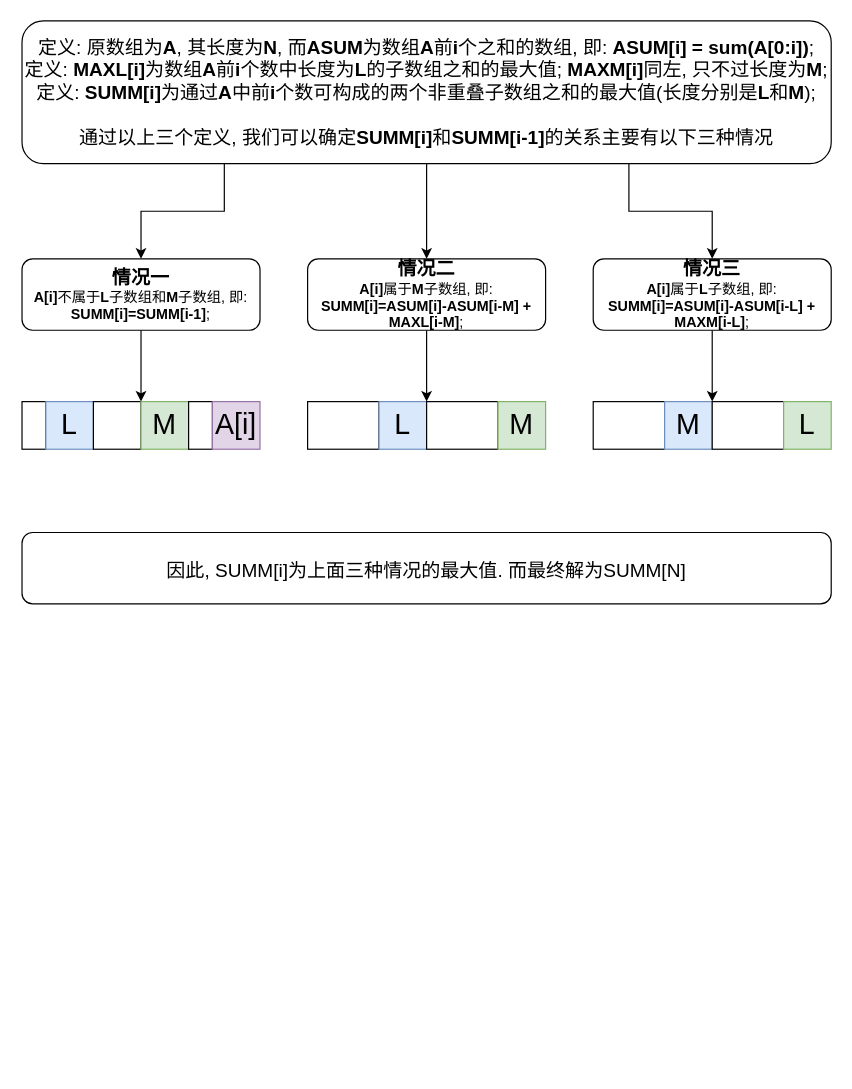
winnochan/oj keeps this draw.io diagram as leetcode/001001_001100/001031_maximum_sum_of_two_non_overlapping_subarrays/maximum_sum_of_two_non_overlapping_subarrays.drawio. Above is the earlier version. Source tidied: cells renumbered, new cells numbered last; positions are measured from the earlier drawing's top-left corner, leaving out a move shared by most shapes. Both pictures are drawn from the tidied source at 119%, with x=0, y=0 at pixel (21, 20).
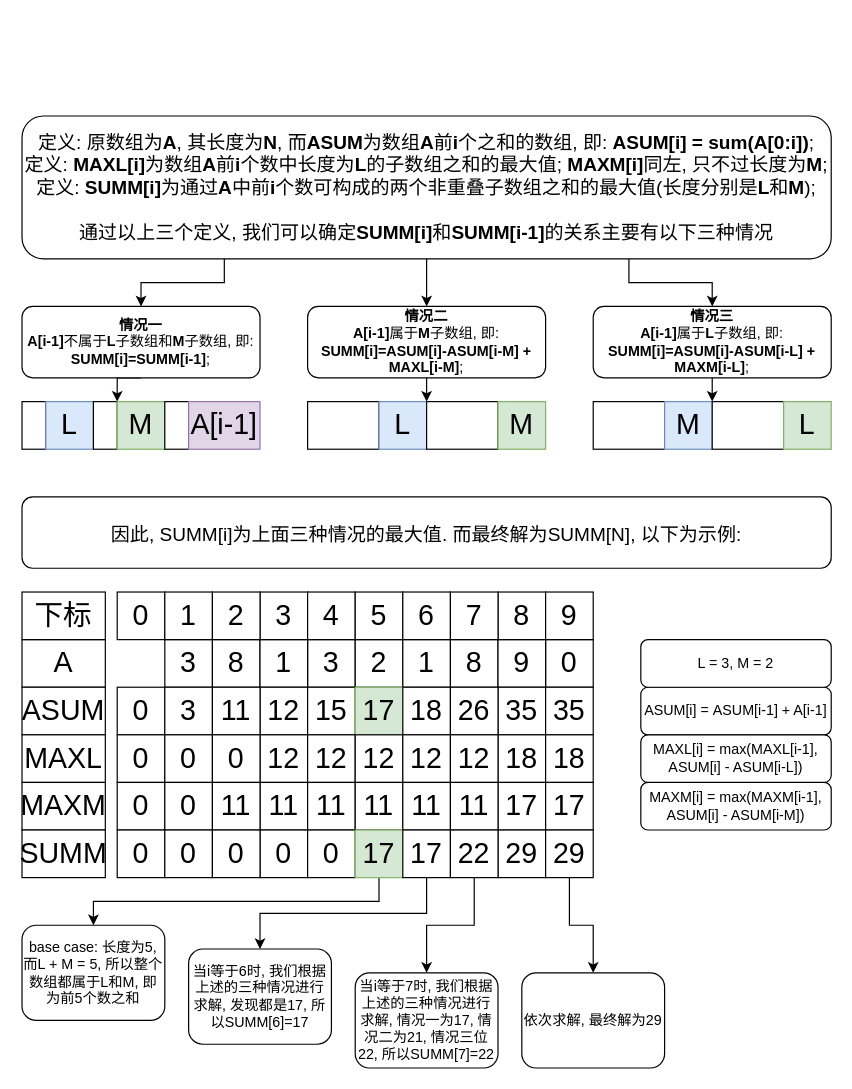
The same diagram, later.

What changed in the source:
```diff
@@
     <mxCell id="5" value="定义: 原数组为&lt;b&gt;A&lt;/b&gt;, 其长度为&lt;b&gt;N&lt;/b&gt;, 而&lt;b&gt;ASUM&lt;/b&gt;为数组&lt;b&gt;A&lt;/b&gt;前&lt;b&gt;i&lt;/b&gt;个之和的数组, 即: &lt;b&gt;ASUM[i] = sum(A[0:i])&lt;/b&gt;;&lt;br&gt;定义: &lt;b&gt;MAXL[i]&lt;/b&gt;为数组&lt;b&gt;A&lt;/b&gt;前&lt;b&gt;i&lt;/b&gt;个数中长度为&lt;b&gt;L&lt;/b&gt;的子数组之和的最大值;&amp;nbsp;&lt;b&gt;MAXM[i]&lt;/b&gt;同左, 只不过长度为&lt;b&gt;M&lt;/b&gt;;&lt;br&gt;定义: &lt;b&gt;SUMM[i]&lt;/b&gt;为通过&lt;b&gt;A&lt;/b&gt;中前&lt;b&gt;i&lt;/b&gt;个数可构成的两个非重叠子数组之和的最大值(长度分别是&lt;b&gt;L&lt;/b&gt;和&lt;b&gt;M&lt;/b&gt;);&lt;br&gt;&lt;br&gt;通过以上三个定义, 我们可以确定&lt;b&gt;SUMM[i]&lt;/b&gt;和&lt;b&gt;SUMM[i-1]&lt;/b&gt;的关系主要有以下三种情况&lt;br&gt;" style="rounded=1;whiteSpace=wrap;html=1;fontSize=16;" parent="1" vertex="1">
-      <mxGeometry width="680" height="120" as="geometry" />
+      <mxGeometry y="80" width="680" height="120" as="geometry" />
     </mxCell>
@@
-    <mxCell id="7" value="&lt;b&gt;&lt;font style=&quot;font-size: 16px&quot;&gt;情况一&lt;/font&gt;&lt;/b&gt;&lt;br&gt;&lt;b&gt;A[i]&lt;/b&gt;不属于&lt;b&gt;L&lt;/b&gt;子数组和&lt;b&gt;M&lt;/b&gt;子数组, 即: &lt;b&gt;SUMM[i]=SUMM[i-1]&lt;/b&gt;;" style="rounded=1;whiteSpace=wrap;html=1;" parent="1" vertex="1">
-      <mxGeometry y="200" width="200" height="60" as="geometry" />
+    <mxCell id="7" value="&lt;b&gt;&lt;font style=&quot;font-size: 12px&quot;&gt;情况一&lt;/font&gt;&lt;/b&gt;&lt;br&gt;&lt;b&gt;A[i-1]&lt;/b&gt;不属于&lt;b&gt;L&lt;/b&gt;子数组和&lt;b&gt;M&lt;/b&gt;子数组, 即: &lt;b&gt;SUMM[i]=SUMM[i-1]&lt;/b&gt;;" style="rounded=1;whiteSpace=wrap;html=1;" parent="1" vertex="1">
+      <mxGeometry y="240" width="200" height="60" as="geometry" />
     </mxCell>
@@
     <mxCell id="10" style="rounded=0;whiteSpace=wrap;html=1;" parent="1" vertex="1">
-      <mxGeometry x="60" y="320" width="40" height="40" as="geometry" />
+      <mxGeometry x="60" y="320" width="20" height="40" as="geometry" />
     </mxCell>
     <mxCell id="11" value="M" style="rounded=0;whiteSpace=wrap;html=1;fontSize=24;fillColor=#d5e8d4;strokeColor=#82b366;" parent="1" vertex="1">
-      <mxGeometry x="100" y="320" width="40" height="40" as="geometry" />
+      <mxGeometry x="80" y="320" width="40" height="40" as="geometry" />
     </mxCell>
     <mxCell id="12" style="rounded=0;whiteSpace=wrap;html=1;" parent="1" vertex="1">
-      <mxGeometry x="140" y="320" width="20" height="40" as="geometry" />
+      <mxGeometry x="120" y="320" width="20" height="40" as="geometry" />
     </mxCell>
-    <mxCell id="13" value="A[i]&lt;br&gt;" style="rounded=0;whiteSpace=wrap;html=1;fontSize=24;fillColor=#e1d5e7;strokeColor=#9673a6;" parent="1" vertex="1">
-      <mxGeometry x="160" y="320" width="40" height="40" as="geometry" />
+    <mxCell id="13" value="A[i-1]&lt;br&gt;" style="rounded=0;whiteSpace=wrap;html=1;fontSize=24;fillColor=#e1d5e7;strokeColor=#9673a6;" parent="1" vertex="1">
+      <mxGeometry x="140" y="320" width="60" height="40" as="geometry" />
     </mxCell>
@@
-    <mxCell id="15" value="&lt;b&gt;&lt;font style=&quot;font-size: 16px&quot;&gt;情况二&lt;/font&gt;&lt;/b&gt;&lt;br&gt;&lt;b&gt;A[i]&lt;/b&gt;属于&lt;b&gt;M&lt;/b&gt;子数组, 即: &lt;b&gt;SUMM[i]=ASUM[i]-ASUM[i-M] + MAXL[i-M]&lt;/b&gt;;" style="rounded=1;whiteSpace=wrap;html=1;" parent="1" vertex="1">
-      <mxGeometry x="240" y="200" width="200" height="60" as="geometry" />
+    <mxCell id="15" value="&lt;b&gt;&lt;font style=&quot;font-size: 12px&quot;&gt;情况二&lt;/font&gt;&lt;/b&gt;&lt;br&gt;&lt;b&gt;A[i-1]&lt;/b&gt;属于&lt;b&gt;M&lt;/b&gt;子数组, 即: &lt;b&gt;SUMM[i]=ASUM[i]-ASUM[i-M] + MAXL[i-M]&lt;/b&gt;;" style="rounded=1;whiteSpace=wrap;html=1;" parent="1" vertex="1">
+      <mxGeometry x="240" y="240" width="200" height="60" as="geometry" />
     </mxCell>
@@
-    <mxCell id="17" value="&lt;b&gt;&lt;font style=&quot;font-size: 16px&quot;&gt;情况三&lt;/font&gt;&lt;/b&gt;&lt;br&gt;&lt;b&gt;A[i]&lt;/b&gt;属于&lt;b&gt;L&lt;/b&gt;子数组, 即: &lt;b&gt;SUMM[i]=&lt;/b&gt;&lt;b&gt;ASUM[i]-ASUM[i-L] + MAXM[i-L]&lt;/b&gt;;" style="rounded=1;whiteSpace=wrap;html=1;" parent="1" vertex="1">
-      <mxGeometry x="480" y="200" width="200" height="60" as="geometry" />
+    <mxCell id="17" value="&lt;font style=&quot;font-size: 12px&quot;&gt;&lt;b&gt;&lt;font style=&quot;font-size: 12px&quot;&gt;情况三&lt;/font&gt;&lt;/b&gt;&lt;br&gt;&lt;b&gt;A[i-1]&lt;/b&gt;属于&lt;b&gt;L&lt;/b&gt;子数组, 即: &lt;b&gt;SUMM[i]=&lt;/b&gt;&lt;b&gt;ASUM[i]-ASUM[i-L] + MAXM[i-L]&lt;/b&gt;;&lt;/font&gt;" style="rounded=1;whiteSpace=wrap;html=1;" parent="1" vertex="1">
+      <mxGeometry x="480" y="240" width="200" height="60" as="geometry" />
     </mxCell>
@@
-    <mxCell id="26" value="&lt;span style=&quot;font-size: 16px&quot;&gt;因此, SUMM[i]为上面三种情况的最大值. 而最终解为SUMM[N]&lt;/span&gt;" style="rounded=1;whiteSpace=wrap;html=1;fontSize=24;" parent="1" vertex="1">
-      <mxGeometry y="430" width="680" height="60" as="geometry" />
+    <mxCell id="26" value="&lt;span style=&quot;font-size: 16px&quot;&gt;因此, SUMM[i]为上面三种情况的最大值. 而最终解为SUMM[N], 以下为示例:&lt;/span&gt;" style="rounded=1;whiteSpace=wrap;html=1;fontSize=24;" parent="1" vertex="1">
+      <mxGeometry y="400" width="680" height="60" as="geometry" />
     </mxCell>
+    <mxCell id="27" value="3" style="rounded=0;whiteSpace=wrap;html=1;fontSize=24;" parent="1" vertex="1">
+      <mxGeometry x="120" y="520" width="40" height="40" as="geometry" />
+    </mxCell>
+    <mxCell id="28" value="3" style="rounded=0;whiteSpace=wrap;html=1;fontSize=24;" parent="1" vertex="1">
+      <mxGeometry x="240" y="520" width="40" height="40" as="geometry" />
+    </mxCell>
+    <mxCell id="29" value="8" style="rounded=0;whiteSpace=wrap;html=1;fontSize=24;" parent="1" vertex="1">
+      <mxGeometry x="160" y="520" width="40" height="40" as="geometry" />
+    </mxCell>
+    <mxCell id="30" value="1" style="rounded=0;whiteSpace=wrap;html=1;fontSize=24;" parent="1" vertex="1">
+      <mxGeometry x="200" y="520" width="40" height="40" as="geometry" />
+    </mxCell>
+    <mxCell id="31" value="2" style="rounded=0;whiteSpace=wrap;html=1;fontSize=24;" parent="1" vertex="1">
+      <mxGeometry x="280" y="520" width="40" height="40" as="geometry" />
+    </mxCell>
+    <mxCell id="32" value="1" style="rounded=0;whiteSpace=wrap;html=1;fontSize=24;" parent="1" vertex="1">
+      <mxGeometry x="320" y="520" width="40" height="40" as="geometry" />
+    </mxCell>
+    <mxCell id="33" value="0" style="rounded=0;whiteSpace=wrap;html=1;fontSize=24;" parent="1" vertex="1">
+      <mxGeometry x="440" y="520" width="40" height="40" as="geometry" />
+    </mxCell>
+    <mxCell id="34" value="8" style="rounded=0;whiteSpace=wrap;html=1;fontSize=24;" parent="1" vertex="1">
+      <mxGeometry x="360" y="520" width="40" height="40" as="geometry" />
+    </mxCell>
+    <mxCell id="35" value="9" style="rounded=0;whiteSpace=wrap;html=1;fontSize=24;" parent="1" vertex="1">
+      <mxGeometry x="400" y="520" width="40" height="40" as="geometry" />
+    </mxCell>
+    <mxCell id="36" value="A&lt;br&gt;" style="rounded=0;whiteSpace=wrap;html=1;fontSize=24;" parent="1" vertex="1">
+      <mxGeometry y="520" width="70" height="40" as="geometry" />
+    </mxCell>
+    <mxCell id="37" value="0" style="rounded=0;whiteSpace=wrap;html=1;fontSize=24;" parent="1" vertex="1">
+      <mxGeometry x="80" y="560" width="40" height="40" as="geometry" />
+    </mxCell>
+    <mxCell id="38" value="12" style="rounded=0;whiteSpace=wrap;html=1;fontSize=24;" parent="1" vertex="1">
+      <mxGeometry x="200" y="560" width="40" height="40" as="geometry" />
+    </mxCell>
+    <mxCell id="39" value="3" style="rounded=0;whiteSpace=wrap;html=1;fontSize=24;" parent="1" vertex="1">
+      <mxGeometry x="120" y="560" width="40" height="40" as="geometry" />
+    </mxCell>
+    <mxCell id="40" value="11" style="rounded=0;whiteSpace=wrap;html=1;fontSize=24;" parent="1" vertex="1">
+      <mxGeometry x="160" y="560" width="40" height="40" as="geometry" />
+    </mxCell>
+    <mxCell id="41" value="15" style="rounded=0;whiteSpace=wrap;html=1;fontSize=24;" parent="1" vertex="1">
+      <mxGeometry x="240" y="560" width="40" height="40" as="geometry" />
+    </mxCell>
+    <mxCell id="42" value="17" style="rounded=0;whiteSpace=wrap;html=1;fontSize=24;fillColor=#d5e8d4;strokeColor=#82b366;" parent="1" vertex="1">
+      <mxGeometry x="280" y="560" width="40" height="40" as="geometry" />
+    </mxCell>
+    <mxCell id="43" value="35" style="rounded=0;whiteSpace=wrap;html=1;fontSize=24;" parent="1" vertex="1">
+      <mxGeometry x="400" y="560" width="40" height="40" as="geometry" />
+    </mxCell>
+    <mxCell id="44" value="18" style="rounded=0;whiteSpace=wrap;html=1;fontSize=24;" parent="1" vertex="1">
+      <mxGeometry x="320" y="560" width="40" height="40" as="geometry" />
+    </mxCell>
+    <mxCell id="45" value="26" style="rounded=0;whiteSpace=wrap;html=1;fontSize=24;" parent="1" vertex="1">
+      <mxGeometry x="360" y="560" width="40" height="40" as="geometry" />
+    </mxCell>
+    <mxCell id="46" value="ASUM&lt;br&gt;" style="rounded=0;whiteSpace=wrap;html=1;fontSize=24;direction=west;" parent="1" vertex="1">
+      <mxGeometry y="560" width="70" height="40" as="geometry" />
+    </mxCell>
+    <mxCell id="47" value="35" style="rounded=0;whiteSpace=wrap;html=1;fontSize=24;" parent="1" vertex="1">
+      <mxGeometry x="440" y="560" width="40" height="40" as="geometry" />
+    </mxCell>
+    <mxCell id="48" value="&lt;font style=&quot;font-size: 12px&quot;&gt;ASUM[i] =&lt;/font&gt;&amp;nbsp;ASUM[i-1] + A[i-1]" style="rounded=1;whiteSpace=wrap;html=1;fontSize=12;" parent="1" vertex="1">
+      <mxGeometry x="520" y="560" width="160" height="40" as="geometry" />
+    </mxCell>
+    <mxCell id="49" value="0" style="rounded=0;whiteSpace=wrap;html=1;fontSize=24;" parent="1" vertex="1">
+      <mxGeometry x="80" y="600" width="40" height="40" as="geometry" />
+    </mxCell>
+    <mxCell id="50" value="12" style="rounded=0;whiteSpace=wrap;html=1;fontSize=24;" parent="1" vertex="1">
+      <mxGeometry x="200" y="600" width="40" height="40" as="geometry" />
+    </mxCell>
+    <mxCell id="51" value="0" style="rounded=0;whiteSpace=wrap;html=1;fontSize=24;" parent="1" vertex="1">
+      <mxGeometry x="120" y="600" width="40" height="40" as="geometry" />
+    </mxCell>
+    <mxCell id="52" value="0" style="rounded=0;whiteSpace=wrap;html=1;fontSize=24;" parent="1" vertex="1">
+      <mxGeometry x="160" y="600" width="40" height="40" as="geometry" />
+    </mxCell>
+    <mxCell id="53" value="12" style="rounded=0;whiteSpace=wrap;html=1;fontSize=24;" parent="1" vertex="1">
+      <mxGeometry x="240" y="600" width="40" height="40" as="geometry" />
+    </mxCell>
+    <mxCell id="54" value="12" style="rounded=0;whiteSpace=wrap;html=1;fontSize=24;" parent="1" vertex="1">
+      <mxGeometry x="280" y="600" width="40" height="40" as="geometry" />
+    </mxCell>
+    <mxCell id="55" value="18" style="rounded=0;whiteSpace=wrap;html=1;fontSize=24;" parent="1" vertex="1">
+      <mxGeometry x="400" y="600" width="40" height="40" as="geometry" />
+    </mxCell>
+    <mxCell id="56" value="12" style="rounded=0;whiteSpace=wrap;html=1;fontSize=24;" parent="1" vertex="1">
+      <mxGeometry x="320" y="600" width="40" height="40" as="geometry" />
+    </mxCell>
+    <mxCell id="57" value="12" style="rounded=0;whiteSpace=wrap;html=1;fontSize=24;" parent="1" vertex="1">
+      <mxGeometry x="360" y="600" width="40" height="40" as="geometry" />
+    </mxCell>
+    <mxCell id="58" value="MAXL&lt;br&gt;" style="rounded=0;whiteSpace=wrap;html=1;fontSize=24;direction=west;" parent="1" vertex="1">
+      <mxGeometry y="600" width="70" height="40" as="geometry" />
+    </mxCell>
+    <mxCell id="59" value="18" style="rounded=0;whiteSpace=wrap;html=1;fontSize=24;" parent="1" vertex="1">
+      <mxGeometry x="440" y="600" width="40" height="40" as="geometry" />
+    </mxCell>
+    <mxCell id="60" value="L = 3, M = 2" style="rounded=1;whiteSpace=wrap;html=1;fontSize=12;fontStyle=0;" parent="1" vertex="1">
+      <mxGeometry x="520" y="520" width="160" height="40" as="geometry" />
+    </mxCell>
+    <mxCell id="61" value="0" style="rounded=0;whiteSpace=wrap;html=1;fontSize=24;" parent="1" vertex="1">
+      <mxGeometry x="80" y="640" width="40" height="40" as="geometry" />
+    </mxCell>
+    <mxCell id="62" value="11" style="rounded=0;whiteSpace=wrap;html=1;fontSize=24;" parent="1" vertex="1">
+      <mxGeometry x="200" y="640" width="40" height="40" as="geometry" />
+    </mxCell>
+    <mxCell id="63" value="0" style="rounded=0;whiteSpace=wrap;html=1;fontSize=24;" parent="1" vertex="1">
+      <mxGeometry x="120" y="640" width="40" height="40" as="geometry" />
+    </mxCell>
+    <mxCell id="64" value="11" style="rounded=0;whiteSpace=wrap;html=1;fontSize=24;" parent="1" vertex="1">
+      <mxGeometry x="160" y="640" width="40" height="40" as="geometry" />
+    </mxCell>
+    <mxCell id="65" value="11" style="rounded=0;whiteSpace=wrap;html=1;fontSize=24;" parent="1" vertex="1">
+      <mxGeometry x="240" y="640" width="40" height="40" as="geometry" />
+    </mxCell>
+    <mxCell id="66" value="11" style="rounded=0;whiteSpace=wrap;html=1;fontSize=24;" parent="1" vertex="1">
+      <mxGeometry x="280" y="640" width="40" height="40" as="geometry" />
+    </mxCell>
+    <mxCell id="67" value="17" style="rounded=0;whiteSpace=wrap;html=1;fontSize=24;" parent="1" vertex="1">
+      <mxGeometry x="400" y="640" width="40" height="40" as="geometry" />
+    </mxCell>
+    <mxCell id="68" value="11" style="rounded=0;whiteSpace=wrap;html=1;fontSize=24;" parent="1" vertex="1">
+      <mxGeometry x="320" y="640" width="40" height="40" as="geometry" />
+    </mxCell>
+    <mxCell id="69" value="11" style="rounded=0;whiteSpace=wrap;html=1;fontSize=24;" parent="1" vertex="1">
+      <mxGeometry x="360" y="640" width="40" height="40" as="geometry" />
+    </mxCell>
+    <mxCell id="70" value="MAXM&lt;br&gt;" style="rounded=0;whiteSpace=wrap;html=1;fontSize=24;direction=west;" parent="1" vertex="1">
+      <mxGeometry y="640" width="70" height="40" as="geometry" />
+    </mxCell>
+    <mxCell id="71" value="17" style="rounded=0;whiteSpace=wrap;html=1;fontSize=24;" parent="1" vertex="1">
+      <mxGeometry x="440" y="640" width="40" height="40" as="geometry" />
+    </mxCell>
+    <mxCell id="72" value="MAXM[i] = max(MAXM[i-1], ASUM[i] - ASUM[i-M])" style="rounded=1;whiteSpace=wrap;html=1;fontSize=12;" parent="1" vertex="1">
+      <mxGeometry x="520" y="640" width="160" height="40" as="geometry" />
+    </mxCell>
+    <mxCell id="73" value="MAXL[i] = max(MAXL[i-1], ASUM[i] - ASUM[i-L])" style="rounded=1;whiteSpace=wrap;html=1;fontSize=12;fontStyle=0;" parent="1" vertex="1">
+      <mxGeometry x="520" y="600" width="160" height="40" as="geometry" />
+    </mxCell>
+    <mxCell id="74" value="0" style="rounded=0;whiteSpace=wrap;html=1;fontSize=24;" parent="1" vertex="1">
+      <mxGeometry x="80" y="480" width="40" height="40" as="geometry" />
+    </mxCell>
+    <mxCell id="75" value="3" style="rounded=0;whiteSpace=wrap;html=1;fontSize=24;" parent="1" vertex="1">
+      <mxGeometry x="200" y="480" width="40" height="40" as="geometry" />
+    </mxCell>
+    <mxCell id="76" value="1" style="rounded=0;whiteSpace=wrap;html=1;fontSize=24;" parent="1" vertex="1">
+      <mxGeometry x="120" y="480" width="40" height="40" as="geometry" />
+    </mxCell>
+    <mxCell id="77" value="2" style="rounded=0;whiteSpace=wrap;html=1;fontSize=24;" parent="1" vertex="1">
+      <mxGeometry x="160" y="480" width="40" height="40" as="geometry" />
+    </mxCell>
+    <mxCell id="78" value="4" style="rounded=0;whiteSpace=wrap;html=1;fontSize=24;" parent="1" vertex="1">
+      <mxGeometry x="240" y="480" width="40" height="40" as="geometry" />
+    </mxCell>
+    <mxCell id="79" value="5" style="rounded=0;whiteSpace=wrap;html=1;fontSize=24;" parent="1" vertex="1">
+      <mxGeometry x="280" y="480" width="40" height="40" as="geometry" />
+    </mxCell>
+    <mxCell id="80" value="8" style="rounded=0;whiteSpace=wrap;html=1;fontSize=24;" parent="1" vertex="1">
+      <mxGeometry x="400" y="480" width="40" height="40" as="geometry" />
+    </mxCell>
+    <mxCell id="81" value="6" style="rounded=0;whiteSpace=wrap;html=1;fontSize=24;" parent="1" vertex="1">
+      <mxGeometry x="320" y="480" width="40" height="40" as="geometry" />
+    </mxCell>
+    <mxCell id="82" value="7" style="rounded=0;whiteSpace=wrap;html=1;fontSize=24;" parent="1" vertex="1">
+      <mxGeometry x="360" y="480" width="40" height="40" as="geometry" />
+    </mxCell>
+    <mxCell id="83" value="9" style="rounded=0;whiteSpace=wrap;html=1;fontSize=24;" parent="1" vertex="1">
+      <mxGeometry x="440" y="480" width="40" height="40" as="geometry" />
+    </mxCell>
+    <mxCell id="84" value="下标" style="rounded=0;whiteSpace=wrap;html=1;fontSize=24;" parent="1" vertex="1">
+      <mxGeometry y="480" width="70" height="40" as="geometry" />
+    </mxCell>
+    <mxCell id="85" value="0" style="rounded=0;whiteSpace=wrap;html=1;fontSize=24;" parent="1" vertex="1">
+      <mxGeometry x="80" y="680" width="40" height="40" as="geometry" />
+    </mxCell>
+    <mxCell id="86" value="0" style="rounded=0;whiteSpace=wrap;html=1;fontSize=24;" parent="1" vertex="1">
+      <mxGeometry x="200" y="680" width="40" height="40" as="geometry" />
+    </mxCell>
+    <mxCell id="87" value="0" style="rounded=0;whiteSpace=wrap;html=1;fontSize=24;" parent="1" vertex="1">
+      <mxGeometry x="120" y="680" width="40" height="40" as="geometry" />
+    </mxCell>
+    <mxCell id="88" value="0" style="rounded=0;whiteSpace=wrap;html=1;fontSize=24;" parent="1" vertex="1">
+      <mxGeometry x="160" y="680" width="40" height="40" as="geometry" />
+    </mxCell>
+    <mxCell id="89" value="0" style="rounded=0;whiteSpace=wrap;html=1;fontSize=24;" parent="1" vertex="1">
+      <mxGeometry x="240" y="680" width="40" height="40" as="geometry" />
+    </mxCell>
+    <mxCell id="90" style="edgeStyle=orthogonalEdgeStyle;rounded=0;jettySize=auto;html=1;exitX=0.5;exitY=1;exitDx=0;exitDy=0;entryX=0.5;entryY=0;entryDx=0;entryDy=0;fontSize=12;" parent="1" edge="1" source="91" target="100">
+      <mxGeometry relative="1" as="geometry" />
+    </mxCell>
+    <mxCell id="91" value="17" style="rounded=0;whiteSpace=wrap;html=1;fontSize=24;fillColor=#d5e8d4;strokeColor=#82b366;" parent="1" vertex="1">
+      <mxGeometry x="280" y="680" width="40" height="40" as="geometry" />
+    </mxCell>
+    <mxCell id="92" value="29" style="rounded=0;whiteSpace=wrap;html=1;fontSize=24;" parent="1" vertex="1">
+      <mxGeometry x="400" y="680" width="40" height="40" as="geometry" />
+    </mxCell>
+    <mxCell id="93" style="edgeStyle=orthogonalEdgeStyle;rounded=0;jettySize=auto;html=1;exitX=0.5;exitY=1;exitDx=0;exitDy=0;entryX=0.5;entryY=0;entryDx=0;entryDy=0;fontSize=12;" parent="1" edge="1" source="94" target="101">
+      <mxGeometry relative="1" as="geometry" />
+    </mxCell>
+    <mxCell id="94" value="17" style="rounded=0;whiteSpace=wrap;html=1;fontSize=24;" parent="1" vertex="1">
+      <mxGeometry x="320" y="680" width="40" height="40" as="geometry" />
+    </mxCell>
+    <mxCell id="95" style="edgeStyle=orthogonalEdgeStyle;rounded=0;jettySize=auto;html=1;exitX=0.5;exitY=1;exitDx=0;exitDy=0;entryX=0.5;entryY=0;entryDx=0;entryDy=0;fontSize=12;" parent="1" edge="1" source="96" target="102">
+      <mxGeometry relative="1" as="geometry" />
+    </mxCell>
+    <mxCell id="96" value="22" style="rounded=0;whiteSpace=wrap;html=1;fontSize=24;" parent="1" vertex="1">
+      <mxGeometry x="360" y="680" width="40" height="40" as="geometry" />
+    </mxCell>
+    <mxCell id="97" value="SUMM&lt;br&gt;" style="rounded=0;whiteSpace=wrap;html=1;fontSize=24;direction=west;" parent="1" vertex="1">
+      <mxGeometry y="680" width="70" height="40" as="geometry" />
+    </mxCell>
+    <mxCell id="98" style="edgeStyle=orthogonalEdgeStyle;rounded=0;jettySize=auto;html=1;exitX=0.5;exitY=1;exitDx=0;exitDy=0;entryX=0.5;entryY=0;entryDx=0;entryDy=0;fontSize=12;" parent="1" edge="1" source="99" target="103">
+      <mxGeometry relative="1" as="geometry" />
+    </mxCell>
+    <mxCell id="99" value="29" style="rounded=0;whiteSpace=wrap;html=1;fontSize=24;" parent="1" vertex="1">
+      <mxGeometry x="440" y="680" width="40" height="40" as="geometry" />
+    </mxCell>
+    <mxCell id="100" value="base case: 长度为5, 而L + M = 5, 所以整个数组都属于L和M, 即为前5个数之和" style="rounded=1;whiteSpace=wrap;html=1;fontSize=12;" parent="1" vertex="1">
+      <mxGeometry y="760" width="120" height="80" as="geometry" />
+    </mxCell>
+    <mxCell id="101" value="当i等于6时, 我们根据上述的三种情况进行求解, 发现都是17, 所以SUMM[6]=17" style="rounded=1;whiteSpace=wrap;html=1;fontSize=12;" parent="1" vertex="1">
+      <mxGeometry x="140" y="780" width="120" height="80" as="geometry" />
+    </mxCell>
+    <mxCell id="102" value="当i等于7时, 我们根据上述的三种情况进行求解, 情况一为17, 情况二为21, 情况三位22, 所以SUMM[7]=22" style="rounded=1;whiteSpace=wrap;html=1;fontSize=12;" parent="1" vertex="1">
+      <mxGeometry x="280" y="800" width="120" height="80" as="geometry" />
+    </mxCell>
+    <mxCell id="103" value="依次求解, 最终解为29" style="rounded=1;whiteSpace=wrap;html=1;fontSize=12;" parent="1" vertex="1">
+      <mxGeometry x="420" y="800" width="120" height="80" as="geometry" />
+    </mxCell>
```
